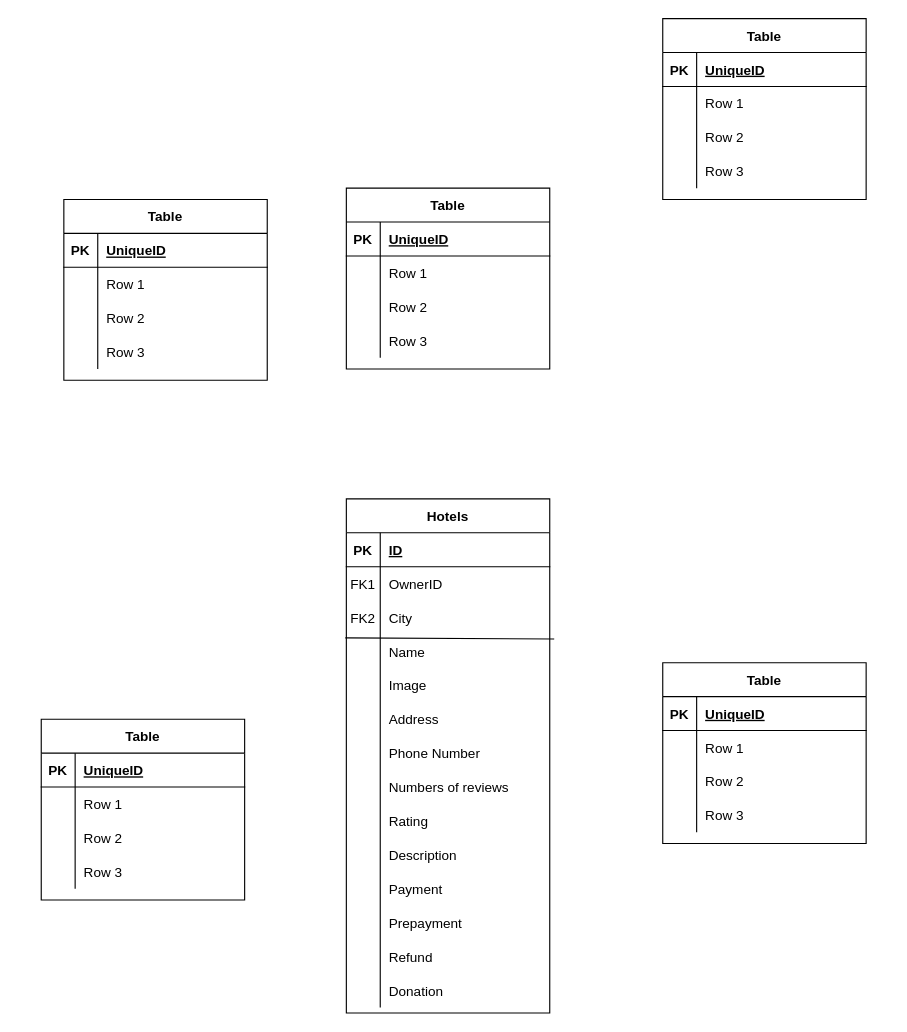
Before: documentation/datalogical_diagram.drawio in semwett0301/booking-java-back, a draw.io diagram. Source tidied: cells renumbered, new cells numbered last; positions are measured from the earlier drawing's top-left corner, leaving out a move shared by most shapes. Both pictures are drawn from the tidied source at 113%, with x=0, y=0 at pixel (41, 18).
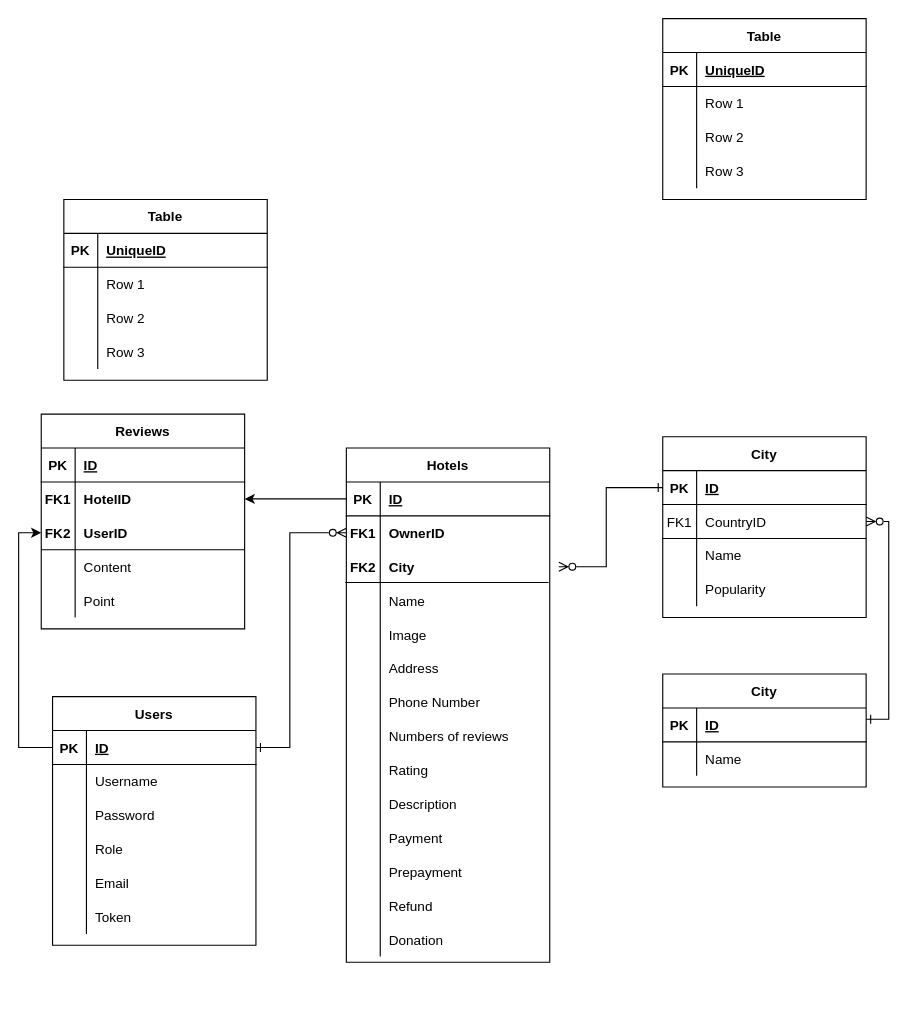
Above is the later version.

The change refers to these unchanged cells:
```xml
<mxCell id="3" style="shape=tableRow;horizontal=0;startSize=0;swimlaneHead=0;swimlaneBody=0;fillColor=none;points=[[0,0.5],[1,0.5]];portConstraint=eastwest;top=0;left=0;right=0;bottom=1;" parent="2" vertex="1">
  <mxGeometry y="30" width="180" height="30" as="geometry" />
</mxCell>
<mxCell id="6" style="shape=tableRow;horizontal=0;startSize=0;swimlaneHead=0;swimlaneBody=0;fillColor=none;points=[[0,0.5],[1,0.5]];portConstraint=eastwest;top=0;left=0;right=0;bottom=0;" parent="2" vertex="1">
  <mxGeometry y="60" width="180" height="30" as="geometry" />
</mxCell>
<mxCell id="9" style="shape=tableRow;horizontal=0;startSize=0;swimlaneHead=0;swimlaneBody=0;fillColor=none;points=[[0,0.5],[1,0.5]];portConstraint=eastwest;top=0;left=0;right=0;bottom=0;strokeColor=default;perimeterSpacing=8;swimlaneLine=0;strokeWidth=8;rounded=0;labelBorderColor=default;" parent="2" vertex="1">
  <mxGeometry y="90" width="180" height="30" as="geometry" />
</mxCell>
<mxCell id="12" style="shape=tableRow;horizontal=0;startSize=0;swimlaneHead=0;swimlaneBody=0;fillColor=none;points=[[0,0.5],[1,0.5]];portConstraint=eastwest;top=0;left=0;right=0;bottom=0;" parent="2" vertex="1">
  <mxGeometry y="120" width="180" height="30" as="geometry" />
</mxCell>
<mxCell id="60" style="shape=tableRow;horizontal=0;startSize=0;swimlaneHead=0;swimlaneBody=0;fillColor=none;points=[[0,0.5],[1,0.5]];portConstraint=eastwest;top=0;left=0;right=0;bottom=1;" parent="59" vertex="1">
  <mxGeometry y="30" width="180" height="30" as="geometry" />
</mxCell>
<mxCell id="63" style="shape=tableRow;horizontal=0;startSize=0;swimlaneHead=0;swimlaneBody=0;fillColor=none;top=0;left=0;right=0;bottom=0;" parent="59" vertex="1">
  <mxGeometry y="60" width="180" height="30" as="geometry" />
</mxCell>
<mxCell id="66" style="shape=tableRow;horizontal=0;startSize=0;swimlaneHead=0;swimlaneBody=0;fillColor=none;top=0;left=0;right=0;bottom=0;" parent="59" vertex="1">
  <mxGeometry y="90" width="180" height="30" as="geometry" />
</mxCell>
<mxCell id="69" style="shape=tableRow;horizontal=0;startSize=0;swimlaneHead=0;swimlaneBody=0;fillColor=none;top=0;left=0;right=0;bottom=0;" parent="59" vertex="1">
  <mxGeometry y="120" width="180" height="30" as="geometry" />
</mxCell>
<mxCell id="73" style="shape=tableRow;horizontal=0;startSize=0;swimlaneHead=0;swimlaneBody=0;fillColor=none;points=[[0,0.5],[1,0.5]];portConstraint=eastwest;top=0;left=0;right=0;bottom=1;" parent="72" vertex="1">
  <mxGeometry y="30" width="180" height="30" as="geometry" />
</mxCell>
<mxCell id="76" style="shape=tableRow;horizontal=0;startSize=0;swimlaneHead=0;swimlaneBody=0;fillColor=none;points=[[0,0.5],[1,0.5]];portConstraint=eastwest;top=0;left=0;right=0;bottom=0;" parent="72" vertex="1">
  <mxGeometry y="60" width="180" height="30" as="geometry" />
</mxCell>
<mxCell id="79" style="shape=tableRow;horizontal=0;startSize=0;swimlaneHead=0;swimlaneBody=0;fillColor=none;top=0;left=0;right=0;bottom=0;" parent="72" vertex="1">
  <mxGeometry y="90" width="180" height="30" as="geometry" />
</mxCell>
<mxCell id="82" style="shape=tableRow;horizontal=0;startSize=0;swimlaneHead=0;swimlaneBody=0;fillColor=none;top=0;left=0;right=0;bottom=0;" parent="72" vertex="1">
  <mxGeometry y="120" width="180" height="30" as="geometry" />
</mxCell>
```

Change to the diagram source:
```diff
@@
     <mxCell id="2" value="Hotels" style="shape=table;startSize=30;childLayout=tableLayout;rowLines=0;fontStyle=1;align=center;" parent="1" vertex="1">
-      <mxGeometry x="270" y="425" width="180" height="455" as="geometry" />
+      <mxGeometry x="270" y="380" width="180" height="455" as="geometry" />
     </mxCell>
@@
-    <mxCell id="7" value="FK1" style="shape=partialRectangle;fillColor=none;top=0;left=0;bottom=0;right=0;overflow=hidden;" parent="6" vertex="1">
+    <mxCell id="7" value="FK1" style="shape=partialRectangle;fillColor=none;top=0;left=0;bottom=0;right=0;overflow=hidden;fontStyle=1;" parent="6" vertex="1">
       <mxGeometry width="30" height="30" as="geometry" />
     </mxCell>
-    <mxCell id="8" value="OwnerID" style="shape=partialRectangle;fillColor=none;top=0;left=0;bottom=0;right=0;align=left;spacingLeft=6;overflow=hidden;" parent="6" vertex="1">
+    <mxCell id="8" value="OwnerID" style="shape=partialRectangle;fillColor=none;top=0;left=0;bottom=0;right=0;align=left;spacingLeft=6;overflow=hidden;fontStyle=1;" parent="6" vertex="1">
       <mxGeometry x="30" width="150" height="30" as="geometry" />
     </mxCell>
@@
-    <mxCell id="10" value="FK2" style="shape=partialRectangle;fillColor=none;top=0;left=0;bottom=0;right=0;overflow=hidden;" parent="9" vertex="1">
+    <mxCell id="10" value="FK2" style="shape=partialRectangle;fillColor=none;top=0;left=0;bottom=0;right=0;overflow=hidden;fontStyle=1;" parent="9" vertex="1">
       <mxGeometry width="30" height="30" as="geometry" />
     </mxCell>
-    <mxCell id="11" value="City" style="shape=partialRectangle;fillColor=none;top=0;left=0;bottom=0;right=0;align=left;spacingLeft=6;overflow=hidden;" parent="9" vertex="1">
+    <mxCell id="11" value="City" style="shape=partialRectangle;fillColor=none;top=0;left=0;bottom=0;right=0;align=left;spacingLeft=6;overflow=hidden;fontStyle=1;" parent="9" vertex="1">
       <mxGeometry x="30" width="150" height="30" as="geometry" />
     </mxCell>
@@
-    <mxCell id="45" style="endArrow=none;html=1;rounded=0;exitX=0.036;exitY=0.891;exitDx=0;exitDy=0;exitPerimeter=0;entryX=1.022;entryY=0.133;entryDx=0;entryDy=0;entryPerimeter=0;" parent="2" edge="1" source="9" target="12">
-      <mxGeometry relative="1" as="geometry" />
+    <mxCell id="45" style="endArrow=none;html=1;rounded=0;exitX=0.036;exitY=0.891;exitDx=0;exitDy=0;exitPerimeter=0;entryX=0.954;entryY=0.804;entryDx=0;entryDy=0;entryPerimeter=0;" parent="2" edge="1" target="9">
+      <mxGeometry relative="1" as="geometry">
+        <mxPoint x="-0.9" y="119" as="sourcePoint" />
+      </mxGeometry>
     </mxCell>
-    <mxCell id="46" value="Table" style="shape=table;startSize=30;childLayout=tableLayout;rowLines=0;fontStyle=1;align=center;" parent="1" vertex="1">
-      <mxGeometry y="620" width="180" height="160" as="geometry" />
-    </mxCell>
-    <mxCell id="47" style="shape=tableRow;horizontal=0;startSize=0;swimlaneHead=0;swimlaneBody=0;fillColor=none;top=0;left=0;right=0;bottom=1;" parent="46" vertex="1">
-      <mxGeometry y="30" width="180" height="30" as="geometry" />
-    </mxCell>
-    <mxCell id="48" value="PK" style="shape=partialRectangle;fillColor=none;top=0;left=0;bottom=0;right=0;fontStyle=1;overflow=hidden;" parent="47" vertex="1">
-      <mxGeometry width="30" height="30" as="geometry" />
-    </mxCell>
-    <mxCell id="49" value="UniqueID" style="shape=partialRectangle;fillColor=none;top=0;left=0;bottom=0;right=0;align=left;spacingLeft=6;fontStyle=5;overflow=hidden;" parent="47" vertex="1">
-      <mxGeometry x="30" width="150" height="30" as="geometry" />
-    </mxCell>
-    <mxCell id="50" style="shape=tableRow;horizontal=0;startSize=0;swimlaneHead=0;swimlaneBody=0;fillColor=none;points=[[0,0.5],[1,0.5]];portConstraint=eastwest;top=0;left=0;right=0;bottom=0;" parent="46" vertex="1">
-      <mxGeometry y="60" width="180" height="30" as="geometry" />
-    </mxCell>
-    <mxCell id="51" style="shape=partialRectangle;fillColor=none;top=0;left=0;bottom=0;right=0;overflow=hidden;" parent="50" vertex="1">
-      <mxGeometry width="30" height="30" as="geometry" />
-    </mxCell>
-    <mxCell id="52" value="Row 1" style="shape=partialRectangle;fillColor=none;top=0;left=0;bottom=0;right=0;align=left;spacingLeft=6;overflow=hidden;" parent="50" vertex="1">
-      <mxGeometry x="30" width="150" height="30" as="geometry" />
-    </mxCell>
-    <mxCell id="53" style="shape=tableRow;horizontal=0;startSize=0;swimlaneHead=0;swimlaneBody=0;fillColor=none;points=[[0,0.5],[1,0.5]];portConstraint=eastwest;top=0;left=0;right=0;bottom=0;" parent="46" vertex="1">
-      <mxGeometry y="90" width="180" height="30" as="geometry" />
-    </mxCell>
-    <mxCell id="54" style="shape=partialRectangle;fillColor=none;top=0;left=0;bottom=0;right=0;overflow=hidden;" parent="53" vertex="1">
-      <mxGeometry width="30" height="30" as="geometry" />
-    </mxCell>
-    <mxCell id="55" value="Row 2" style="shape=partialRectangle;fillColor=none;top=0;left=0;bottom=0;right=0;align=left;spacingLeft=6;overflow=hidden;" parent="53" vertex="1">
-      <mxGeometry x="30" width="150" height="30" as="geometry" />
-    </mxCell>
-    <mxCell id="56" style="shape=tableRow;horizontal=0;startSize=0;swimlaneHead=0;swimlaneBody=0;fillColor=none;top=0;left=0;right=0;bottom=0;" parent="46" vertex="1">
-      <mxGeometry y="120" width="180" height="30" as="geometry" />
-    </mxCell>
-    <mxCell id="57" style="shape=partialRectangle;fillColor=none;top=0;left=0;bottom=0;right=0;overflow=hidden;" parent="56" vertex="1">
-      <mxGeometry width="30" height="30" as="geometry" />
-    </mxCell>
-    <mxCell id="58" value="Row 3" style="shape=partialRectangle;fillColor=none;top=0;left=0;bottom=0;right=0;align=left;spacingLeft=6;overflow=hidden;" parent="56" vertex="1">
-      <mxGeometry x="30" width="150" height="30" as="geometry" />
-    </mxCell>
-    <mxCell id="59" value="Table" style="shape=table;startSize=30;childLayout=tableLayout;rowLines=0;fontStyle=1;align=center;" parent="1" vertex="1">
-      <mxGeometry x="550" y="570" width="180" height="160" as="geometry" />
+    <mxCell id="59" value="Users" style="shape=table;startSize=30;childLayout=tableLayout;rowLines=0;fontStyle=1;align=center;" parent="1" vertex="1">
+      <mxGeometry x="10" y="600" width="180" height="220" as="geometry" />
     </mxCell>
@@
-    <mxCell id="62" value="UniqueID" style="shape=partialRectangle;fillColor=none;top=0;left=0;bottom=0;right=0;align=left;spacingLeft=6;fontStyle=5;overflow=hidden;" parent="60" vertex="1">
+    <mxCell id="62" value="ID" style="shape=partialRectangle;fillColor=none;top=0;left=0;bottom=0;right=0;align=left;spacingLeft=6;fontStyle=5;overflow=hidden;" parent="60" vertex="1">
       <mxGeometry x="30" width="150" height="30" as="geometry" />
     </mxCell>
@@
-    <mxCell id="65" value="Row 1" style="shape=partialRectangle;fillColor=none;top=0;left=0;bottom=0;right=0;align=left;spacingLeft=6;overflow=hidden;" parent="63" vertex="1">
+    <mxCell id="65" value="Username" style="shape=partialRectangle;fillColor=none;top=0;left=0;bottom=0;right=0;align=left;spacingLeft=6;overflow=hidden;" parent="63" vertex="1">
       <mxGeometry x="30" width="150" height="30" as="geometry" />
     </mxCell>
@@
-    <mxCell id="68" value="Row 2" style="shape=partialRectangle;fillColor=none;top=0;left=0;bottom=0;right=0;align=left;spacingLeft=6;overflow=hidden;" parent="66" vertex="1">
+    <mxCell id="68" value="Password" style="shape=partialRectangle;fillColor=none;top=0;left=0;bottom=0;right=0;align=left;spacingLeft=6;overflow=hidden;" parent="66" vertex="1">
       <mxGeometry x="30" width="150" height="30" as="geometry" />
     </mxCell>
@@
-    <mxCell id="71" value="Row 3" style="shape=partialRectangle;fillColor=none;top=0;left=0;bottom=0;right=0;align=left;spacingLeft=6;overflow=hidden;" parent="69" vertex="1">
+    <mxCell id="71" value="Role" style="shape=partialRectangle;fillColor=none;top=0;left=0;bottom=0;right=0;align=left;spacingLeft=6;overflow=hidden;" parent="69" vertex="1">
       <mxGeometry x="30" width="150" height="30" as="geometry" />
     </mxCell>
+    <mxCell id="111" style="shape=tableRow;horizontal=0;startSize=0;swimlaneHead=0;swimlaneBody=0;fillColor=none;top=0;left=0;right=0;bottom=0;" parent="59" vertex="1">
+      <mxGeometry y="150" width="180" height="30" as="geometry" />
+    </mxCell>
+    <mxCell id="112" style="shape=partialRectangle;fillColor=none;top=0;left=0;bottom=0;right=0;overflow=hidden;" parent="111" vertex="1">
+      <mxGeometry width="30" height="30" as="geometry" />
+    </mxCell>
+    <mxCell id="113" value="Email" style="shape=partialRectangle;fillColor=none;top=0;left=0;bottom=0;right=0;align=left;spacingLeft=6;overflow=hidden;" parent="111" vertex="1">
+      <mxGeometry x="30" width="150" height="30" as="geometry" />
+    </mxCell>
+    <mxCell id="114" style="shape=tableRow;horizontal=0;startSize=0;swimlaneHead=0;swimlaneBody=0;fillColor=none;top=0;left=0;right=0;bottom=0;" parent="59" vertex="1">
+      <mxGeometry y="180" width="180" height="30" as="geometry" />
+    </mxCell>
+    <mxCell id="115" style="shape=partialRectangle;fillColor=none;top=0;left=0;bottom=0;right=0;overflow=hidden;" parent="114" vertex="1">
+      <mxGeometry width="30" height="30" as="geometry" />
+    </mxCell>
+    <mxCell id="116" value="Token" style="shape=partialRectangle;fillColor=none;top=0;left=0;bottom=0;right=0;align=left;spacingLeft=6;overflow=hidden;" parent="114" vertex="1">
+      <mxGeometry x="30" width="150" height="30" as="geometry" />
+    </mxCell>
-    <mxCell id="72" value="Table" style="shape=table;startSize=30;childLayout=tableLayout;rowLines=0;fontStyle=1;align=center;" parent="1" vertex="1">
-      <mxGeometry x="270" y="150" width="180" height="160" as="geometry" />
+    <mxCell id="72" value="City" style="shape=table;startSize=30;childLayout=tableLayout;rowLines=0;fontStyle=1;align=center;" parent="1" vertex="1">
+      <mxGeometry x="550" y="370" width="180" height="160" as="geometry" />
     </mxCell>
@@
-    <mxCell id="75" value="UniqueID" style="shape=partialRectangle;fillColor=none;top=0;left=0;bottom=0;right=0;align=left;spacingLeft=6;fontStyle=5;overflow=hidden;" parent="73" vertex="1">
+    <mxCell id="75" value="ID" style="shape=partialRectangle;fillColor=none;top=0;left=0;bottom=0;right=0;align=left;spacingLeft=6;fontStyle=5;overflow=hidden;" parent="73" vertex="1">
       <mxGeometry x="30" width="150" height="30" as="geometry" />
     </mxCell>
@@
-    <mxCell id="77" style="shape=partialRectangle;fillColor=none;top=0;left=0;bottom=0;right=0;overflow=hidden;" parent="76" vertex="1">
+    <mxCell id="77" value="FK1" style="shape=partialRectangle;fillColor=none;top=0;left=0;bottom=0;right=0;overflow=hidden;" parent="76" vertex="1">
       <mxGeometry width="30" height="30" as="geometry" />
     </mxCell>
-    <mxCell id="78" value="Row 1" style="shape=partialRectangle;fillColor=none;top=0;left=0;bottom=0;right=0;align=left;spacingLeft=6;overflow=hidden;" parent="76" vertex="1">
+    <mxCell id="78" value="CountryID" style="shape=partialRectangle;fillColor=none;top=0;left=0;bottom=0;right=0;align=left;spacingLeft=6;overflow=hidden;" parent="76" vertex="1">
       <mxGeometry x="30" width="150" height="30" as="geometry" />
     </mxCell>
@@
-    <mxCell id="81" value="Row 2" style="shape=partialRectangle;fillColor=none;top=0;left=0;bottom=0;right=0;align=left;spacingLeft=6;overflow=hidden;" parent="79" vertex="1">
+    <mxCell id="81" value="Name" style="shape=partialRectangle;fillColor=none;top=0;left=0;bottom=0;right=0;align=left;spacingLeft=6;overflow=hidden;" parent="79" vertex="1">
       <mxGeometry x="30" width="150" height="30" as="geometry" />
     </mxCell>
@@
-    <mxCell id="84" value="Row 3" style="shape=partialRectangle;fillColor=none;top=0;left=0;bottom=0;right=0;align=left;spacingLeft=6;overflow=hidden;" parent="82" vertex="1">
+    <mxCell id="84" value="Popularity" style="shape=partialRectangle;fillColor=none;top=0;left=0;bottom=0;right=0;align=left;spacingLeft=6;overflow=hidden;" parent="82" vertex="1">
       <mxGeometry x="30" width="150" height="30" as="geometry" />
     </mxCell>
@@
+    <mxCell id="117" style="edgeStyle=orthogonalEdgeStyle;rounded=0;jettySize=auto;html=1;exitX=1;exitY=0.5;exitDx=0;exitDy=0;entryX=0;entryY=0.5;entryDx=0;entryDy=0;endArrow=ERzeroToMany;endFill=0;startArrow=ERone;startFill=0;" parent="1" edge="1" source="60" target="6">
+      <mxGeometry relative="1" as="geometry">
+        <Array as="points">
+          <mxPoint x="220" y="645" />
+          <mxPoint x="220" y="455" />
+        </Array>
+      </mxGeometry>
+    </mxCell>
+    <mxCell id="118" style="edgeStyle=orthogonalEdgeStyle;rounded=0;jettySize=auto;html=1;entryX=1;entryY=0.5;entryDx=0;entryDy=0;" parent="1" edge="1" source="3" target="50">
+      <mxGeometry relative="1" as="geometry" />
+    </mxCell>
+    <mxCell id="119" style="edgeStyle=orthogonalEdgeStyle;rounded=0;jettySize=auto;html=1;entryX=0;entryY=0.5;entryDx=0;entryDy=0;" parent="1" edge="1" source="60" target="53">
+      <mxGeometry relative="1" as="geometry" />
+    </mxCell>
+    <mxCell id="120" style="group;" parent="1" vertex="1">
+      <mxGeometry y="350" width="180" height="190" as="geometry" />
+    </mxCell>
+    <mxCell id="46" value="Reviews" style="shape=table;startSize=30;childLayout=tableLayout;rowLines=0;fontStyle=1;align=center;" parent="120" vertex="1">
+      <mxGeometry width="180" height="190" as="geometry" />
+    </mxCell>
+    <mxCell id="47" style="shape=tableRow;horizontal=0;startSize=0;swimlaneHead=0;swimlaneBody=0;fillColor=none;top=0;left=0;right=0;bottom=1;" parent="46" vertex="1">
+      <mxGeometry y="30" width="180" height="30" as="geometry" />
+    </mxCell>
+    <mxCell id="48" value="PK" style="shape=partialRectangle;fillColor=none;top=0;left=0;bottom=0;right=0;fontStyle=1;overflow=hidden;" parent="47" vertex="1">
+      <mxGeometry width="30" height="30" as="geometry" />
+    </mxCell>
+    <mxCell id="49" value="ID" style="shape=partialRectangle;fillColor=none;top=0;left=0;bottom=0;right=0;align=left;spacingLeft=6;fontStyle=5;overflow=hidden;" parent="47" vertex="1">
+      <mxGeometry x="30" width="150" height="30" as="geometry" />
+    </mxCell>
+    <mxCell id="50" style="shape=tableRow;horizontal=0;startSize=0;swimlaneHead=0;swimlaneBody=0;fillColor=none;points=[[0,0.5],[1,0.5]];portConstraint=eastwest;top=0;left=0;right=0;bottom=0;" parent="46" vertex="1">
+      <mxGeometry y="60" width="180" height="30" as="geometry" />
+    </mxCell>
+    <mxCell id="51" value="FK1" style="shape=partialRectangle;fillColor=none;top=0;left=0;bottom=0;right=0;overflow=hidden;fontStyle=1;" parent="50" vertex="1">
+      <mxGeometry width="30" height="30" as="geometry" />
+    </mxCell>
+    <mxCell id="52" value="HotelID" style="shape=partialRectangle;fillColor=none;top=0;left=0;bottom=0;right=0;align=left;spacingLeft=6;overflow=hidden;fontStyle=1;" parent="50" vertex="1">
+      <mxGeometry x="30" width="150" height="30" as="geometry" />
+    </mxCell>
+    <mxCell id="53" style="shape=tableRow;horizontal=0;startSize=0;swimlaneHead=0;swimlaneBody=0;fillColor=none;points=[[0,0.5],[1,0.5]];portConstraint=eastwest;top=0;left=0;right=0;bottom=0;" parent="46" vertex="1">
+      <mxGeometry y="90" width="180" height="30" as="geometry" />
+    </mxCell>
+    <mxCell id="54" value="FK2" style="shape=partialRectangle;fillColor=none;top=0;left=0;bottom=0;right=0;overflow=hidden;fontStyle=1;" parent="53" vertex="1">
+      <mxGeometry width="30" height="30" as="geometry" />
+    </mxCell>
+    <mxCell id="55" value="UserID" style="shape=partialRectangle;fillColor=none;top=0;left=0;bottom=0;right=0;align=left;spacingLeft=6;overflow=hidden;fontStyle=1;" parent="53" vertex="1">
+      <mxGeometry x="30" width="150" height="30" as="geometry" />
+    </mxCell>
+    <mxCell id="56" style="shape=tableRow;horizontal=0;startSize=0;swimlaneHead=0;swimlaneBody=0;fillColor=none;top=0;left=0;right=0;bottom=0;" parent="46" vertex="1">
+      <mxGeometry y="120" width="180" height="30" as="geometry" />
+    </mxCell>
+    <mxCell id="57" style="shape=partialRectangle;fillColor=none;top=0;left=0;bottom=0;right=0;overflow=hidden;" parent="56" vertex="1">
+      <mxGeometry width="30" height="30" as="geometry" />
+    </mxCell>
+    <mxCell id="58" value="Content" style="shape=partialRectangle;fillColor=none;top=0;left=0;bottom=0;right=0;align=left;spacingLeft=6;overflow=hidden;" parent="56" vertex="1">
+      <mxGeometry x="30" width="150" height="30" as="geometry" />
+    </mxCell>
+    <mxCell id="121" style="shape=tableRow;horizontal=0;startSize=0;swimlaneHead=0;swimlaneBody=0;fillColor=none;top=0;left=0;right=0;bottom=0;" parent="46" vertex="1">
+      <mxGeometry y="150" width="180" height="30" as="geometry" />
+    </mxCell>
+    <mxCell id="122" style="shape=partialRectangle;fillColor=none;top=0;left=0;bottom=0;right=0;overflow=hidden;" parent="121" vertex="1">
+      <mxGeometry width="30" height="30" as="geometry" />
+    </mxCell>
+    <mxCell id="123" value="Point" style="shape=partialRectangle;fillColor=none;top=0;left=0;bottom=0;right=0;align=left;spacingLeft=6;overflow=hidden;" parent="121" vertex="1">
+      <mxGeometry x="30" width="150" height="30" as="geometry" />
+    </mxCell>
+    <mxCell id="124" style="endArrow=none;html=1;rounded=0;exitX=0.036;exitY=0.891;exitDx=0;exitDy=0;exitPerimeter=0;entryX=0.954;entryY=0.804;entryDx=0;entryDy=0;entryPerimeter=0;" parent="120" edge="1">
+      <mxGeometry relative="1" as="geometry">
+        <mxPoint x="0.1" y="120" as="sourcePoint" />
+        <mxPoint x="180" y="120" as="targetPoint" />
+      </mxGeometry>
+    </mxCell>
+    <mxCell id="125" style="edgeStyle=orthogonalEdgeStyle;rounded=0;jettySize=auto;html=1;entryX=1;entryY=0.5;entryDx=0;entryDy=0;endArrow=ERzeroToMany;endFill=0;startArrow=ERone;startFill=0;" parent="1" edge="1" source="126" target="76">
+      <mxGeometry relative="1" as="geometry">
+        <Array as="points">
+          <mxPoint x="750" y="620" />
+          <mxPoint x="750" y="445" />
+        </Array>
+      </mxGeometry>
+    </mxCell>
+    <mxCell id="126" value="City" style="shape=table;startSize=30;childLayout=tableLayout;rowLines=0;fontStyle=1;align=center;" parent="1" vertex="1">
+      <mxGeometry x="550" y="580" width="180" height="100" as="geometry" />
+    </mxCell>
+    <mxCell id="127" style="shape=tableRow;horizontal=0;startSize=0;swimlaneHead=0;swimlaneBody=0;fillColor=none;top=0;left=0;right=0;bottom=1;" parent="126" vertex="1">
+      <mxGeometry y="30" width="180" height="30" as="geometry" />
+    </mxCell>
+    <mxCell id="128" value="PK" style="shape=partialRectangle;fillColor=none;top=0;left=0;bottom=0;right=0;fontStyle=1;overflow=hidden;" parent="127" vertex="1">
+      <mxGeometry width="30" height="30" as="geometry" />
+    </mxCell>
+    <mxCell id="129" value="ID" style="shape=partialRectangle;fillColor=none;top=0;left=0;bottom=0;right=0;align=left;spacingLeft=6;fontStyle=5;overflow=hidden;" parent="127" vertex="1">
+      <mxGeometry x="30" width="150" height="30" as="geometry" />
+    </mxCell>
+    <mxCell id="130" style="shape=tableRow;horizontal=0;startSize=0;swimlaneHead=0;swimlaneBody=0;fillColor=none;top=0;left=0;right=0;bottom=0;" parent="126" vertex="1">
+      <mxGeometry y="60" width="180" height="30" as="geometry" />
+    </mxCell>
+    <mxCell id="131" style="shape=partialRectangle;fillColor=none;top=0;left=0;bottom=0;right=0;overflow=hidden;" parent="130" vertex="1">
+      <mxGeometry width="30" height="30" as="geometry" />
+    </mxCell>
+    <mxCell id="132" value="Name" style="shape=partialRectangle;fillColor=none;top=0;left=0;bottom=0;right=0;align=left;spacingLeft=6;overflow=hidden;" parent="130" vertex="1">
+      <mxGeometry x="30" width="150" height="30" as="geometry" />
+    </mxCell>
+    <mxCell id="133" style="endArrow=none;html=1;rounded=0;exitX=0.036;exitY=0.891;exitDx=0;exitDy=0;exitPerimeter=0;entryX=0.954;entryY=0.804;entryDx=0;entryDy=0;entryPerimeter=0;" parent="1" edge="1">
+      <mxGeometry relative="1" as="geometry">
+        <mxPoint x="550.1" y="460" as="sourcePoint" />
+        <mxPoint x="730" y="460" as="targetPoint" />
+      </mxGeometry>
+    </mxCell>
+    <mxCell id="134" style="edgeStyle=orthogonalEdgeStyle;rounded=0;jettySize=auto;html=1;endArrow=ERzeroToMany;endFill=0;startArrow=ERone;startFill=0;" parent="1" edge="1" source="73" target="9">
+      <mxGeometry relative="1" as="geometry">
+        <Array as="points">
+          <mxPoint x="500" y="415" />
+          <mxPoint x="500" y="485" />
+        </Array>
+      </mxGeometry>
+    </mxCell>
```
